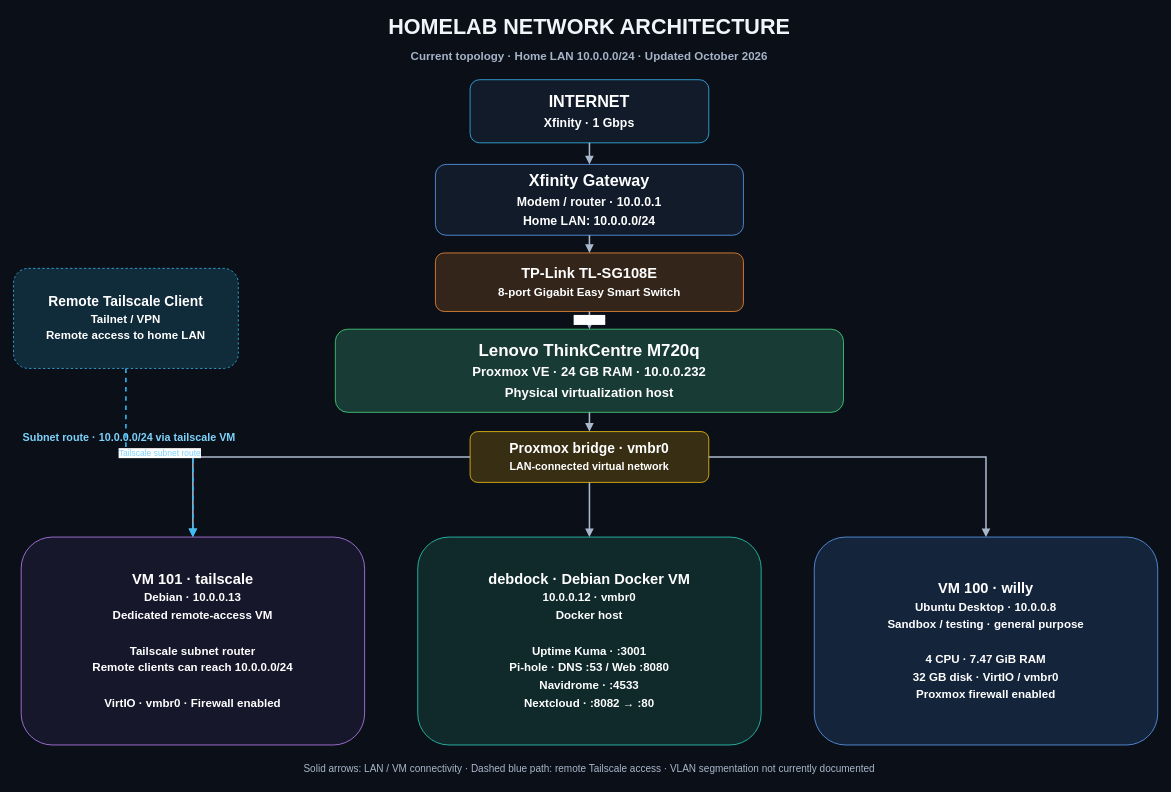
Earlier version of the draw.io diagram architecture/homelab-network-diagram-fixed.drawio (JoeyWillis024/infrastructure-lab-). Source tidied: cells renumbered, new cells numbered last; positions are measured from the earlier drawing's top-left corner, leaving out a move shared by most shapes. Both pictures are drawn from the tidied source at 77%, with x=0, y=0 at pixel (13, 14).
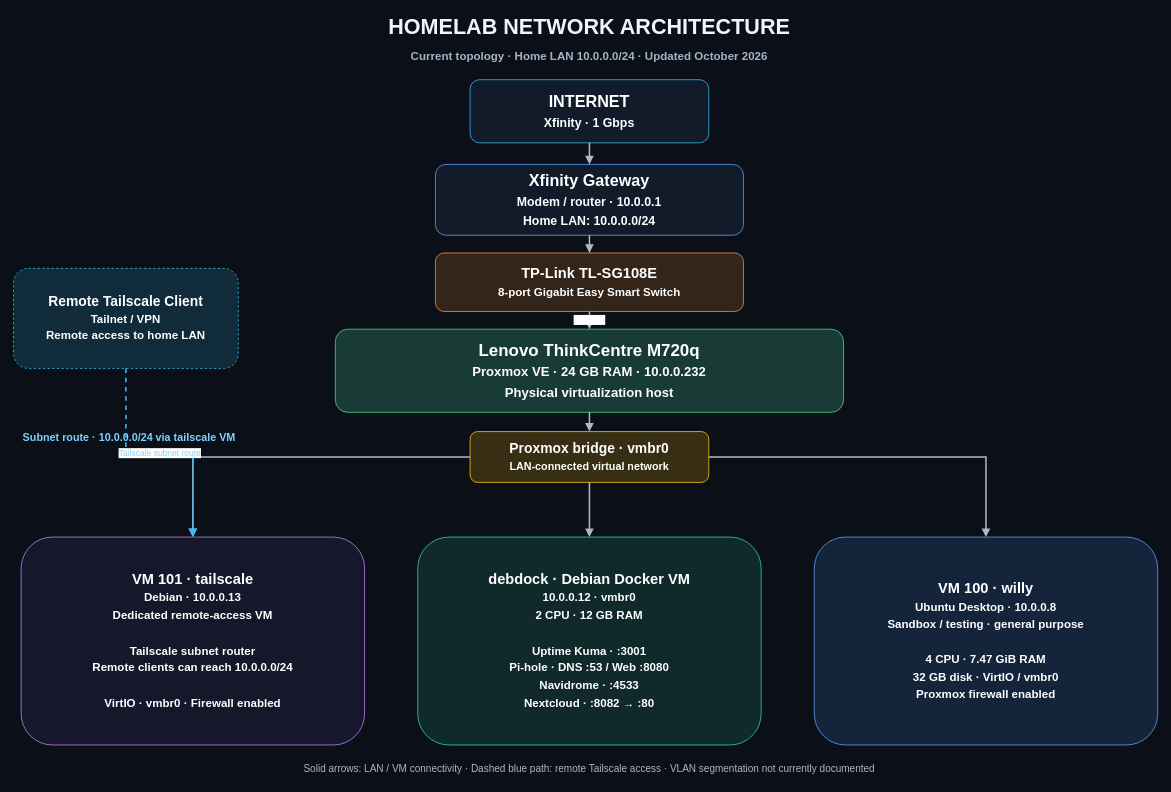
After the change.

Commit message (it also covers changes not shown here):
Record debdock CPU and memory

Diff of the diagram source:
```diff
@@
-    <mxCell id="10" value="debdock · Debian Docker VM&lt;br&gt;&lt;font style=&quot;font-size:15px;&quot;&gt;10.0.0.12 · vmbr0&lt;br&gt;Docker host&lt;br&gt;&lt;br&gt;Uptime Kuma · :3001&lt;br&gt;Pi-hole · DNS :53 / Web :8080&lt;br&gt;Navidrome · :4533&lt;br&gt;Nextcloud · :8082 → :80&lt;/font&gt;" style="rounded=1;whiteSpace=wrap;html=1;fillColor=#102a2b;strokeColor=#2dd4bf;fontColor=#ffffff;fontSize=19;fontStyle=1;spacing=12;" parent="1" vertex="1">
+    <mxCell id="10" value="debdock · Debian Docker VM&lt;br&gt;&lt;font style=&quot;font-size:15px;&quot;&gt;10.0.0.12 · vmbr0&lt;br&gt;2 CPU · 12 GB RAM&lt;br&gt;&lt;br&gt;Uptime Kuma · :3001&lt;br&gt;Pi-hole · DNS :53 / Web :8080&lt;br&gt;Navidrome · :4533&lt;br&gt;Nextcloud · :8082 → :80&lt;/font&gt;" style="rounded=1;whiteSpace=wrap;html=1;fillColor=#102a2b;strokeColor=#2dd4bf;fontColor=#ffffff;fontSize=19;fontStyle=1;spacing=12;" parent="1" vertex="1">
       <mxGeometry x="525" y="679" width="446" height="270" as="geometry" />
     </mxCell>
```
